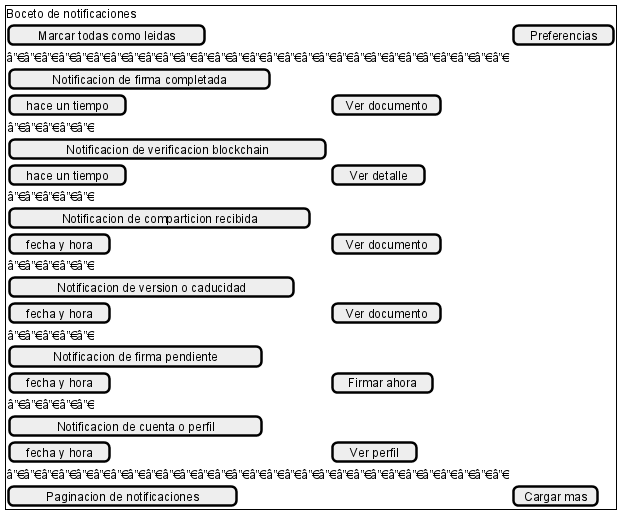
Earlier version of the PlantUML export anexos/diagramas/ui-notifications.png (ErDeivih/DocumentChain). The source it was exported from:
```plantuml
@startsalt
{+
  Boceto de notificaciones
  [Marcar todas como leidas] | [Preferencias]
  â”€â”€â”€â”€â”€â”€â”€â”€â”€â”€â”€â”€â”€â”€â”€â”€â”€â”€â”€â”€â”€â”€â”€â”€â”€â”€â”€â”€â”€
  {
    [Notificacion de firma completada]
    [hace un tiempo] | [Ver documento]
    â”€â”€â”€â”€â”€
    [Notificacion de verificacion blockchain]
    [hace un tiempo] | [Ver detalle]
    â”€â”€â”€â”€â”€
    [Notificacion de comparticion recibida]
    [fecha y hora] | [Ver documento]
    â”€â”€â”€â”€â”€
    [Notificacion de version o caducidad]
    [fecha y hora] | [Ver documento]
    â”€â”€â”€â”€â”€
    [Notificacion de firma pendiente]
    [fecha y hora] | [Firmar ahora]
    â”€â”€â”€â”€â”€
    [Notificacion de cuenta o perfil]
    [fecha y hora] | [Ver perfil]
  }
  â”€â”€â”€â”€â”€â”€â”€â”€â”€â”€â”€â”€â”€â”€â”€â”€â”€â”€â”€â”€â”€â”€â”€â”€â”€â”€â”€â”€â”€
  [Paginacion de notificaciones] | [Cargar mas]
}
@endsalt
```
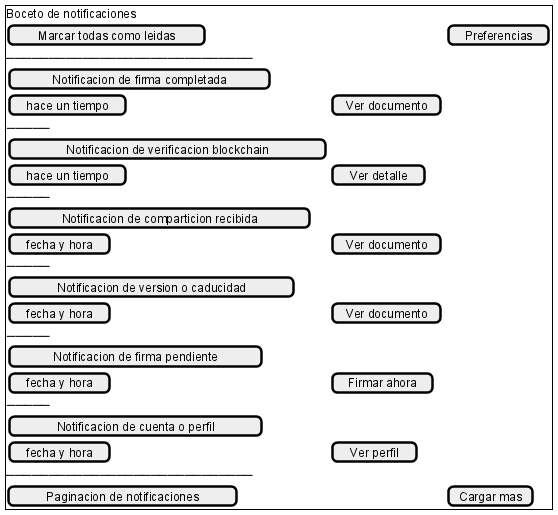
After the commit.

The edit, as a diff of the source:
```diff
@@ -2,27 +2,27 @@
 {+
   Boceto de notificaciones
   [Marcar todas como leidas] | [Preferencias]
-  â”€â”€â”€â”€â”€â”€â”€â”€â”€â”€â”€â”€â”€â”€â”€â”€â”€â”€â”€â”€â”€â”€â”€â”€â”€â”€â”€â”€â”€
+  ─────────────────────────────
   {
     [Notificacion de firma completada]
     [hace un tiempo] | [Ver documento]
-    â”€â”€â”€â”€â”€
+    ─────
     [Notificacion de verificacion blockchain]
     [hace un tiempo] | [Ver detalle]
-    â”€â”€â”€â”€â”€
+    ─────
     [Notificacion de comparticion recibida]
     [fecha y hora] | [Ver documento]
-    â”€â”€â”€â”€â”€
+    ─────
     [Notificacion de version o caducidad]
     [fecha y hora] | [Ver documento]
-    â”€â”€â”€â”€â”€
+    ─────
     [Notificacion de firma pendiente]
     [fecha y hora] | [Firmar ahora]
-    â”€â”€â”€â”€â”€
+    ─────
     [Notificacion de cuenta o perfil]
     [fecha y hora] | [Ver perfil]
   }
-  â”€â”€â”€â”€â”€â”€â”€â”€â”€â”€â”€â”€â”€â”€â”€â”€â”€â”€â”€â”€â”€â”€â”€â”€â”€â”€â”€â”€â”€
+  ─────────────────────────────
   [Paginacion de notificaciones] | [Cargar mas]
 }
 @endsalt
```
